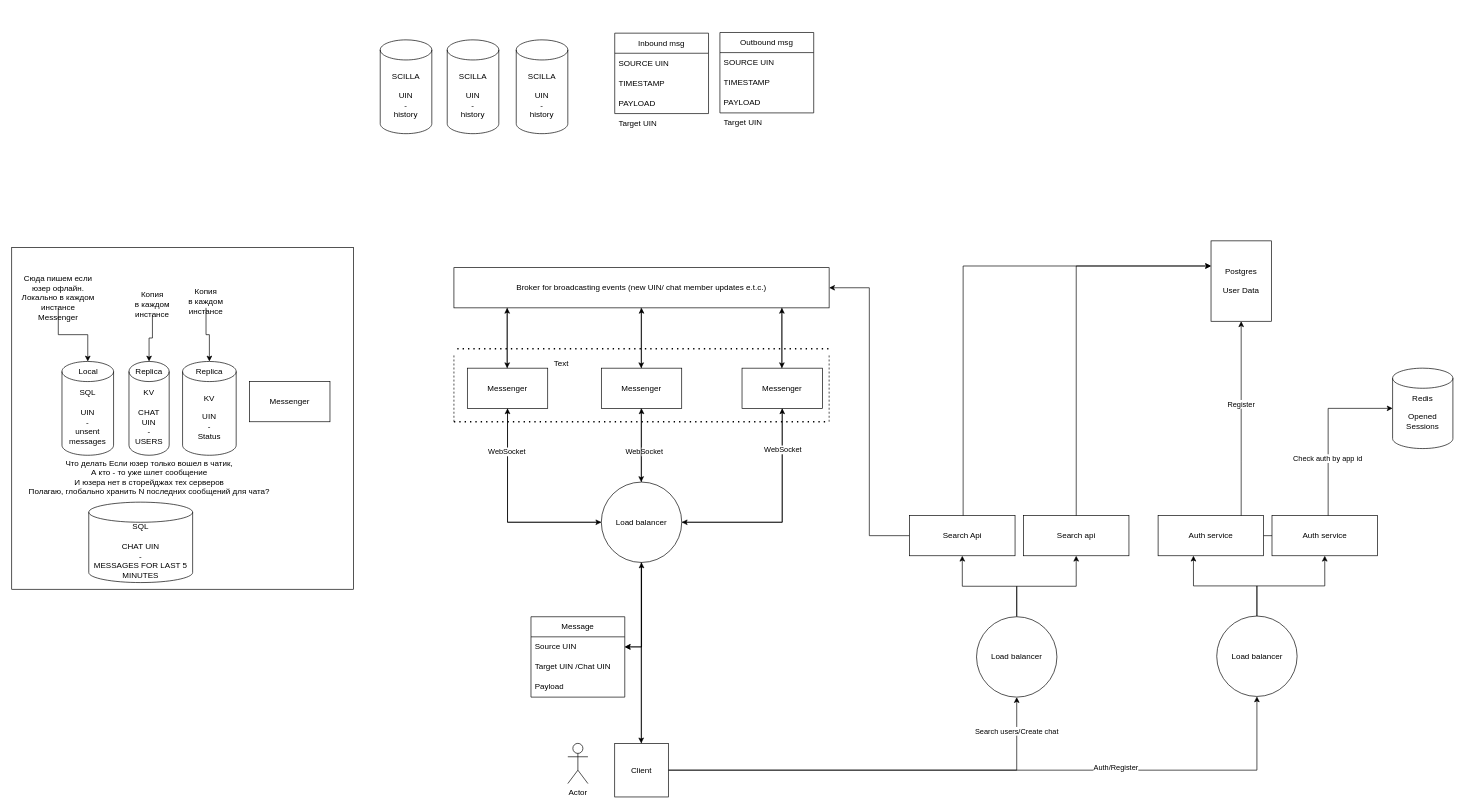
Before: Диаграмма без названия.drawio in Refreezer/diagrams, a draw.io diagram. Source tidied: cells renumbered, new cells numbered last; positions are measured from the earlier drawing's top-left corner, leaving out a move shared by most shapes. Both pictures are drawn from the tidied source at 67%, with x=0, y=0 at pixel (11, 32).
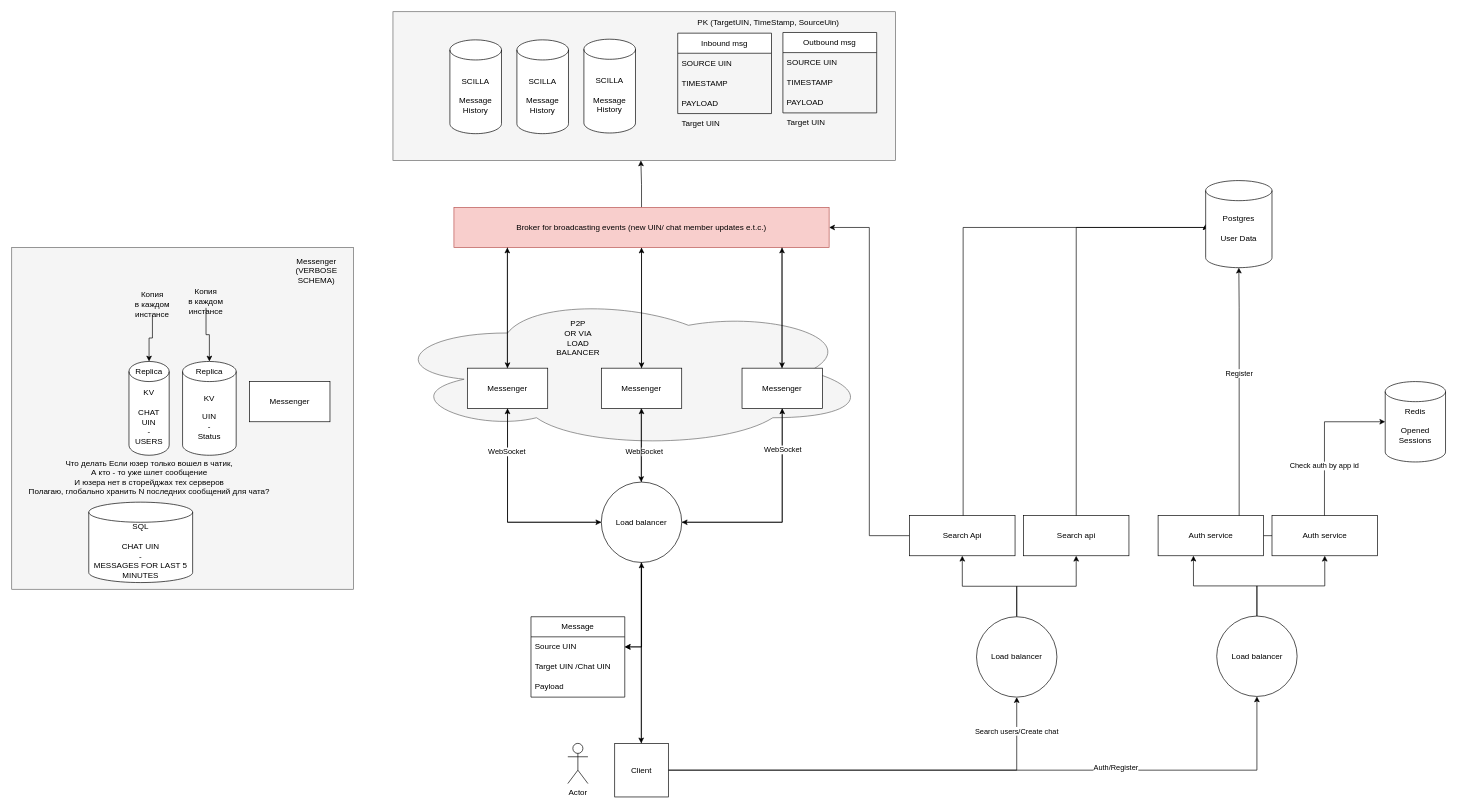
After the change.

The change refers to these unchanged cells:
```xml
<mxCell id="6" value="Messenger" style="rounded=0;whiteSpace=wrap;html=1;" parent="1" vertex="1">
  <mxGeometry x="880" y="501" width="120" height="60" as="geometry" />
</mxCell>
<mxCell id="25" value="Auth service" style="whiteSpace=wrap;html=1;direction=south;" parent="1" vertex="1">
  <mxGeometry x="1711" y="721" width="157.5" height="60" as="geometry" />
</mxCell>
<mxCell id="38" style="group;" parent="1" vertex="1">
  <mxGeometry x="70" y="431" width="405" height="268" as="geometry" />
</mxCell>
<mxCell id="61" value="Search Api" style="whiteSpace=wrap;html=1;direction=south;" parent="1" vertex="1">
  <mxGeometry x="1340" y="721" width="157.5" height="60" as="geometry" />
</mxCell>
<mxCell id="62" value="Search api" style="whiteSpace=wrap;html=1;direction=south;" parent="1" vertex="1">
  <mxGeometry x="1510" y="721" width="157.5" height="60" as="geometry" />
</mxCell>
```

Change to the diagram source:
```diff
@@
+    <mxCell id="90" style="ellipse;shape=cloud;whiteSpace=wrap;html=1;fillColor=#f5f5f5;strokeColor=#666666;fontColor=#333333;" parent="1" vertex="1">
+      <mxGeometry x="560" y="391" width="720" height="230" as="geometry" />
+    </mxCell>
-    <mxCell id="2" style="whiteSpace=wrap;html=1;" parent="1" vertex="1">
+    <mxCell id="2" style="whiteSpace=wrap;html=1;fillColor=#f5f5f5;fontColor=#333333;strokeColor=#666666;" parent="1" vertex="1">
       <mxGeometry y="321" width="510" height="510" as="geometry" />
     </mxCell>
@@
-    <mxCell id="5" style="edgeStyle=orthogonalEdgeStyle;rounded=0;jettySize=auto;html=1;entryX=0.5;entryY=1;entryDx=0;entryDy=0;" parent="1" edge="1" source="6" target="37">
-      <mxGeometry relative="1" as="geometry" />
-    </mxCell>
@@
     <mxCell id="28" value="Redis&lt;br&gt;&lt;br&gt;Opened&lt;br&gt;&lt;div&gt;Sessions&lt;/div&gt;&lt;div&gt;&lt;br&gt;&lt;/div&gt;" style="shape=cylinder3;whiteSpace=wrap;html=1;boundedLbl=1;backgroundOutline=1;size=15;" parent="1" vertex="1">
-      <mxGeometry x="2061" y="501" width="90" height="120" as="geometry" />
+      <mxGeometry x="2050" y="521" width="90" height="120" as="geometry" />
     </mxCell>
@@
-    <mxCell id="32" style="endArrow=none;dashed=1;html=1;dashPattern=1 3;strokeWidth=2;rounded=0;" parent="1" edge="1">
-      <mxGeometry relative="1" as="geometry">
-        <mxPoint x="665" y="472" as="sourcePoint" />
-        <mxPoint x="1225" y="472" as="targetPoint" />
-      </mxGeometry>
-    </mxCell>
-    <mxCell id="33" style="endArrow=none;dashed=1;html=1;rounded=0;" parent="1" edge="1">
-      <mxGeometry relative="1" as="geometry">
-        <mxPoint x="660" y="581" as="sourcePoint" />
-        <mxPoint x="660" y="481" as="targetPoint" />
-      </mxGeometry>
-    </mxCell>
-    <mxCell id="34" style="endArrow=none;dashed=1;html=1;dashPattern=1 3;strokeWidth=2;rounded=0;" parent="1" edge="1">
-      <mxGeometry relative="1" as="geometry">
-        <mxPoint x="660" y="581" as="sourcePoint" />
-        <mxPoint x="1220" y="581" as="targetPoint" />
-      </mxGeometry>
-    </mxCell>
-    <mxCell id="35" style="endArrow=none;dashed=1;html=1;rounded=0;" parent="1" edge="1">
-      <mxGeometry relative="1" as="geometry">
-        <mxPoint x="1220" y="581" as="sourcePoint" />
-        <mxPoint x="1220" y="481" as="targetPoint" />
-      </mxGeometry>
-    </mxCell>
@@
+    <mxCell id="91" style="edgeStyle=orthogonalEdgeStyle;rounded=0;jettySize=auto;html=1;entryX=0.5;entryY=1;entryDx=0;entryDy=0;" parent="1" edge="1" source="37">
+      <mxGeometry relative="1" as="geometry">
+        <mxPoint x="939" y="191" as="targetPoint" />
+      </mxGeometry>
+    </mxCell>
+    <mxCell id="92" style="edgeStyle=orthogonalEdgeStyle;rounded=0;jettySize=auto;html=1;entryX=0.5;entryY=0;entryDx=0;entryDy=0;" parent="1" edge="1" source="37" target="6">
+      <mxGeometry relative="1" as="geometry" />
+    </mxCell>
-    <mxCell id="37" value="Broker for broadcasting events (new UIN/ chat member updates e.t.c.)" style="rounded=0;whiteSpace=wrap;html=1;" parent="1" vertex="1">
-      <mxGeometry x="660" y="351" width="560" height="60" as="geometry" />
+    <mxCell id="37" value="Broker for broadcasting events (new UIN/ chat member updates e.t.c.)" style="rounded=0;whiteSpace=wrap;html=1;fillColor=#f8cecc;strokeColor=#b85450;" parent="1" vertex="1">
+      <mxGeometry x="660" y="261" width="560" height="60" as="geometry" />
     </mxCell>
@@
-    <mxCell id="42" value="SQL&lt;br&gt;&lt;br&gt;UIN&lt;br&gt;-&lt;br&gt;unsent&lt;br&gt;messages" style="shape=cylinder3;whiteSpace=wrap;html=1;boundedLbl=1;backgroundOutline=1;size=15;" parent="38" vertex="1">
-      <mxGeometry x="5" y="60" width="77" height="140" as="geometry" />
-    </mxCell>
@@
-    <mxCell id="44" value="Local" style="text;html=1;align=center;verticalAlign=middle;points=[];strokeColor=none;fillColor=none;" parent="38" vertex="1">
-      <mxGeometry x="18.5" y="60" width="50" height="30" as="geometry" />
-    </mxCell>
@@
-    <mxCell id="47" style="edgeStyle=orthogonalEdgeStyle;rounded=0;jettySize=auto;html=1;" parent="1" edge="1" source="48" target="44">
-      <mxGeometry relative="1" as="geometry" />
-    </mxCell>
-    <mxCell id="48" value="Сюда пишем если&lt;br&gt;юзер офлайн.&lt;br&gt;Локально в каждом инстансе &lt;br&gt;Messenger" style="text;html=1;strokeColor=none;fillColor=none;align=center;verticalAlign=middle;whiteSpace=wrap;rounded=0;" parent="1" vertex="1">
-      <mxGeometry x="12" y="381" width="115" height="30" as="geometry" />
-    </mxCell>
@@
-    <mxCell id="54" value="Postgres&lt;br&gt;&lt;br&gt;User Data&lt;br&gt;" style="shape=label;whiteSpace=wrap;html=1;boundedLbl=1;backgroundOutline=1;size=15;" parent="1" vertex="1">
-      <mxGeometry x="1790" y="311" width="90" height="120" as="geometry" />
-    </mxCell>
     <mxCell id="55" style="edgeStyle=orthogonalEdgeStyle;rounded=0;jettySize=auto;html=1;entryX=0.5;entryY=1;entryDx=0;entryDy=0;entryPerimeter=0;" parent="1" edge="1" source="25" target="54">
       <mxGeometry relative="1" as="geometry">
         <Array as="points">
-          <mxPoint x="1835" y="641" />
-          <mxPoint x="1835" y="641" />
+          <mxPoint x="1832" y="411" />
+          <mxPoint x="1832" y="411" />
         </Array>
       </mxGeometry>
     </mxCell>
@@
-    <mxCell id="63" style="edgeStyle=orthogonalEdgeStyle;rounded=0;jettySize=auto;html=1;entryX=0;entryY=0;entryDx=0;entryDy=37.5;entryPerimeter=0;" parent="1" edge="1" source="62" target="54">
+    <mxCell id="63" style="edgeStyle=orthogonalEdgeStyle;rounded=0;jettySize=auto;html=1;entryX=0;entryY=0.5;entryDx=0;entryDy=0;entryPerimeter=0;" parent="1" edge="1" source="62" target="54">
       <mxGeometry relative="1" as="geometry">
         <Array as="points">
-          <mxPoint x="1589" y="348" />
+          <mxPoint x="1589" y="291" />
+          <mxPoint x="1782" y="291" />
         </Array>
       </mxGeometry>
     </mxCell>
-    <mxCell id="64" style="edgeStyle=orthogonalEdgeStyle;rounded=0;jettySize=auto;html=1;entryX=0;entryY=0;entryDx=0;entryDy=37.5;entryPerimeter=0;" parent="1" edge="1" source="61" target="54">
+    <mxCell id="64" style="edgeStyle=orthogonalEdgeStyle;rounded=0;jettySize=auto;html=1;entryX=0;entryY=0.5;entryDx=0;entryDy=0;entryPerimeter=0;" parent="1" edge="1" source="61" target="54">
       <mxGeometry relative="1" as="geometry">
         <Array as="points">
-          <mxPoint x="1420" y="348" />
+          <mxPoint x="1420" y="291" />
+          <mxPoint x="1782" y="291" />
         </Array>
       </mxGeometry>
     </mxCell>
@@
-    <mxCell id="71" style="edgeStyle=orthogonalEdgeStyle;rounded=0;orthogonalLoop=1;jettySize=auto;html=1;entryX=0.5;entryY=1;entryDx=0;entryDy=0;" parent="1" edge="1">
-      <mxGeometry relative="1" as="geometry">
-        <mxPoint x="1149.5" y="501" as="sourcePoint" />
-        <mxPoint x="1149.5" y="411" as="targetPoint" />
-      </mxGeometry>
-    </mxCell>
-    <mxCell id="72" style="edgeStyle=orthogonalEdgeStyle;rounded=0;orthogonalLoop=1;jettySize=auto;html=1;entryX=0.5;entryY=1;entryDx=0;entryDy=0;" parent="1" edge="1">
-      <mxGeometry relative="1" as="geometry">
-        <mxPoint x="1149.5" y="411" as="sourcePoint" />
-        <mxPoint x="1149.5" y="501" as="targetPoint" />
-        <Array as="points">
-          <mxPoint x="1149" y="421" />
-          <mxPoint x="1149" y="421" />
-        </Array>
-      </mxGeometry>
-    </mxCell>
-    <mxCell id="73" style="edgeStyle=orthogonalEdgeStyle;rounded=0;orthogonalLoop=1;jettySize=auto;html=1;entryX=0.5;entryY=1;entryDx=0;entryDy=0;" parent="1" edge="1">
-      <mxGeometry relative="1" as="geometry">
-        <mxPoint x="939.5" y="411" as="sourcePoint" />
-        <mxPoint x="939.5" y="501" as="targetPoint" />
-      </mxGeometry>
-    </mxCell>
-    <mxCell id="74" style="edgeStyle=orthogonalEdgeStyle;rounded=0;orthogonalLoop=1;jettySize=auto;html=1;entryX=0.5;entryY=1;entryDx=0;entryDy=0;" parent="1" edge="1">
-      <mxGeometry relative="1" as="geometry">
-        <mxPoint x="739.5" y="501" as="sourcePoint" />
-        <mxPoint x="739.5" y="411" as="targetPoint" />
-      </mxGeometry>
-    </mxCell>
-    <mxCell id="75" style="edgeStyle=orthogonalEdgeStyle;rounded=0;orthogonalLoop=1;jettySize=auto;html=1;entryX=0.5;entryY=1;entryDx=0;entryDy=0;" parent="1" edge="1">
-      <mxGeometry relative="1" as="geometry">
-        <mxPoint x="739.5" y="411" as="sourcePoint" />
-        <mxPoint x="739.5" y="501" as="targetPoint" />
-      </mxGeometry>
-    </mxCell>
-    <mxCell id="76" value="Text" style="text;html=1;align=center;verticalAlign=middle;strokeColor=none;fillColor=none;" parent="1" vertex="1">
-      <mxGeometry x="795" y="479" width="50" height="30" as="geometry" />
+    <mxCell id="76" value="P2P&lt;br&gt;OR VIA&lt;br&gt;LOAD&lt;br&gt;BALANCER" style="text;html=1;align=center;verticalAlign=middle;strokeColor=none;fillColor=none;" parent="1" vertex="1">
+      <mxGeometry x="800" y="421" width="90" height="70" as="geometry" />
     </mxCell>
-    <mxCell id="77" value="SCILLA&lt;br&gt;&lt;br&gt;UIN&lt;br&gt;-&lt;br&gt;history" style="shape=cylinder3;whiteSpace=wrap;html=1;boundedLbl=1;backgroundOutline=1;size=15;" parent="1" vertex="1">
-      <mxGeometry x="550" y="11" width="77" height="140" as="geometry" />
-    </mxCell>
-    <mxCell id="78" value="SCILLA&lt;br&gt;&lt;br&gt;UIN&lt;br&gt;-&lt;br&gt;history" style="shape=cylinder3;whiteSpace=wrap;html=1;boundedLbl=1;backgroundOutline=1;size=15;" parent="1" vertex="1">
-      <mxGeometry x="650" y="11" width="77" height="140" as="geometry" />
-    </mxCell>
+    <mxCell id="54" value="Postgres&lt;br&gt;&lt;br&gt;&lt;div&gt;User Data&lt;/div&gt;&lt;div&gt;&lt;br&gt;&lt;/div&gt;" style="shape=cylinder3;whiteSpace=wrap;html=1;boundedLbl=1;backgroundOutline=1;size=15;" parent="1" vertex="1">
+      <mxGeometry x="1782" y="221" width="99" height="130" as="geometry" />
+    </mxCell>
+    <mxCell id="93" style="group;fillColor=#f5f5f5;fontColor=#333333;strokeColor=#666666;" parent="1" vertex="1">
+      <mxGeometry x="569" y="-31" width="750" height="222" as="geometry" />
+    </mxCell>
-    <mxCell id="79" value="SCILLA&lt;br&gt;&lt;br&gt;UIN&lt;br&gt;-&lt;br&gt;history" style="shape=cylinder3;whiteSpace=wrap;html=1;boundedLbl=1;backgroundOutline=1;size=15;" parent="1" vertex="1">
-      <mxGeometry x="753" y="11" width="77" height="140" as="geometry" />
+    <mxCell id="79" value="SCILLA&lt;br&gt;&lt;br&gt;Message&lt;br&gt;History" style="shape=cylinder3;whiteSpace=wrap;html=1;boundedLbl=1;backgroundOutline=1;size=15;" parent="93" vertex="1">
+      <mxGeometry x="285" y="41" width="77" height="140" as="geometry" />
     </mxCell>
-    <mxCell id="80" value="Inbound msg" style="swimlane;fontStyle=0;horizontal=1;startSize=30;whiteSpace=wrap;html=1;" parent="1" vertex="1">
-      <mxGeometry x="900" y="1" width="140" height="120" as="geometry" />
+    <mxCell id="80" value="Inbound msg" style="swimlane;fontStyle=0;horizontal=1;startSize=30;whiteSpace=wrap;html=1;" parent="93" vertex="1">
+      <mxGeometry x="425" y="32" width="140" height="120" as="geometry" />
     </mxCell>
@@
-    <mxCell id="84" value="Target UIN" style="text;strokeColor=none;fillColor=none;align=left;verticalAlign=middle;spacingLeft=4;spacingRight=4;overflow=hidden;whiteSpace=wrap;html=1;" parent="1" vertex="1">
-      <mxGeometry x="900" y="121" width="140" height="30" as="geometry" />
+    <mxCell id="84" value="Target UIN" style="text;strokeColor=none;fillColor=none;align=left;verticalAlign=middle;spacingLeft=4;spacingRight=4;overflow=hidden;whiteSpace=wrap;html=1;" parent="93" vertex="1">
+      <mxGeometry x="425" y="152" width="140" height="30" as="geometry" />
     </mxCell>
-    <mxCell id="85" value="Outbound msg" style="swimlane;fontStyle=0;horizontal=1;startSize=30;whiteSpace=wrap;html=1;" parent="1" vertex="1">
-      <mxGeometry x="1057" width="140" height="120" as="geometry" />
+    <mxCell id="85" value="Outbound msg" style="swimlane;fontStyle=0;horizontal=1;startSize=30;whiteSpace=wrap;html=1;" parent="93" vertex="1">
+      <mxGeometry x="582" y="31" width="140" height="120" as="geometry" />
     </mxCell>
@@
-    <mxCell id="89" value="Target UIN" style="text;strokeColor=none;fillColor=none;align=left;verticalAlign=middle;spacingLeft=4;spacingRight=4;overflow=hidden;whiteSpace=wrap;html=1;" parent="1" vertex="1">
-      <mxGeometry x="1057" y="120" width="140" height="30" as="geometry" />
+    <mxCell id="89" value="Target UIN" style="text;strokeColor=none;fillColor=none;align=left;verticalAlign=middle;spacingLeft=4;spacingRight=4;overflow=hidden;whiteSpace=wrap;html=1;" parent="93" vertex="1">
+      <mxGeometry x="582" y="151" width="140" height="30" as="geometry" />
     </mxCell>
+    <mxCell id="94" value="SCILLA&lt;br&gt;&lt;br&gt;Message&lt;br&gt;History" style="shape=cylinder3;whiteSpace=wrap;html=1;boundedLbl=1;backgroundOutline=1;size=15;" parent="93" vertex="1">
+      <mxGeometry x="185" y="42" width="77" height="140" as="geometry" />
+    </mxCell>
+    <mxCell id="95" value="SCILLA&lt;br&gt;&lt;br&gt;Message&lt;br&gt;History" style="shape=cylinder3;whiteSpace=wrap;html=1;boundedLbl=1;backgroundOutline=1;size=15;" parent="93" vertex="1">
+      <mxGeometry x="85" y="42" width="77" height="140" as="geometry" />
+    </mxCell>
+    <mxCell id="96" value="PK (TargetUIN, TimeStamp, SourceUin)" style="text;html=1;align=center;verticalAlign=middle;strokeColor=none;fillColor=none;" parent="93" vertex="1">
+      <mxGeometry x="440" y="1" width="240" height="30" as="geometry" />
+    </mxCell>
+    <mxCell id="97" style="edgeStyle=orthogonalEdgeStyle;rounded=0;orthogonalLoop=1;jettySize=auto;html=1;entryX=0.5;entryY=0;entryDx=0;entryDy=0;" parent="1" edge="1">
+      <mxGeometry relative="1" as="geometry">
+        <mxPoint x="940" y="501" as="sourcePoint" />
+        <mxPoint x="940" y="321" as="targetPoint" />
+      </mxGeometry>
+    </mxCell>
+    <mxCell id="98" style="edgeStyle=orthogonalEdgeStyle;rounded=0;orthogonalLoop=1;jettySize=auto;html=1;entryX=0.5;entryY=0;entryDx=0;entryDy=0;" parent="1" edge="1">
+      <mxGeometry relative="1" as="geometry">
+        <mxPoint x="1149.7" y="321" as="sourcePoint" />
+        <mxPoint x="1149.7" y="501" as="targetPoint" />
+      </mxGeometry>
+    </mxCell>
+    <mxCell id="99" style="edgeStyle=orthogonalEdgeStyle;rounded=0;orthogonalLoop=1;jettySize=auto;html=1;entryX=0.5;entryY=0;entryDx=0;entryDy=0;" parent="1" edge="1">
+      <mxGeometry relative="1" as="geometry">
+        <mxPoint x="1149.7" y="501" as="sourcePoint" />
+        <mxPoint x="1149.7" y="321" as="targetPoint" />
+      </mxGeometry>
+    </mxCell>
+    <mxCell id="100" style="edgeStyle=orthogonalEdgeStyle;rounded=0;orthogonalLoop=1;jettySize=auto;html=1;entryX=0.5;entryY=0;entryDx=0;entryDy=0;" parent="1" edge="1">
+      <mxGeometry relative="1" as="geometry">
+        <mxPoint x="739.7" y="501" as="sourcePoint" />
+        <mxPoint x="739.7" y="321" as="targetPoint" />
+      </mxGeometry>
+    </mxCell>
+    <mxCell id="101" style="edgeStyle=orthogonalEdgeStyle;rounded=0;orthogonalLoop=1;jettySize=auto;html=1;entryX=0.5;entryY=0;entryDx=0;entryDy=0;" parent="1" edge="1">
+      <mxGeometry relative="1" as="geometry">
+        <mxPoint x="740" y="321" as="sourcePoint" />
+        <mxPoint x="740" y="501" as="targetPoint" />
+      </mxGeometry>
+    </mxCell>
+    <mxCell id="102" value="Messenger&lt;br&gt;(VERBOSE&lt;br&gt;SCHEMA)" style="text;html=1;strokeColor=none;fillColor=none;align=center;verticalAlign=middle;whiteSpace=wrap;rounded=0;" parent="1" vertex="1">
+      <mxGeometry x="400" y="341" width="110" height="30" as="geometry" />
+    </mxCell>
```
